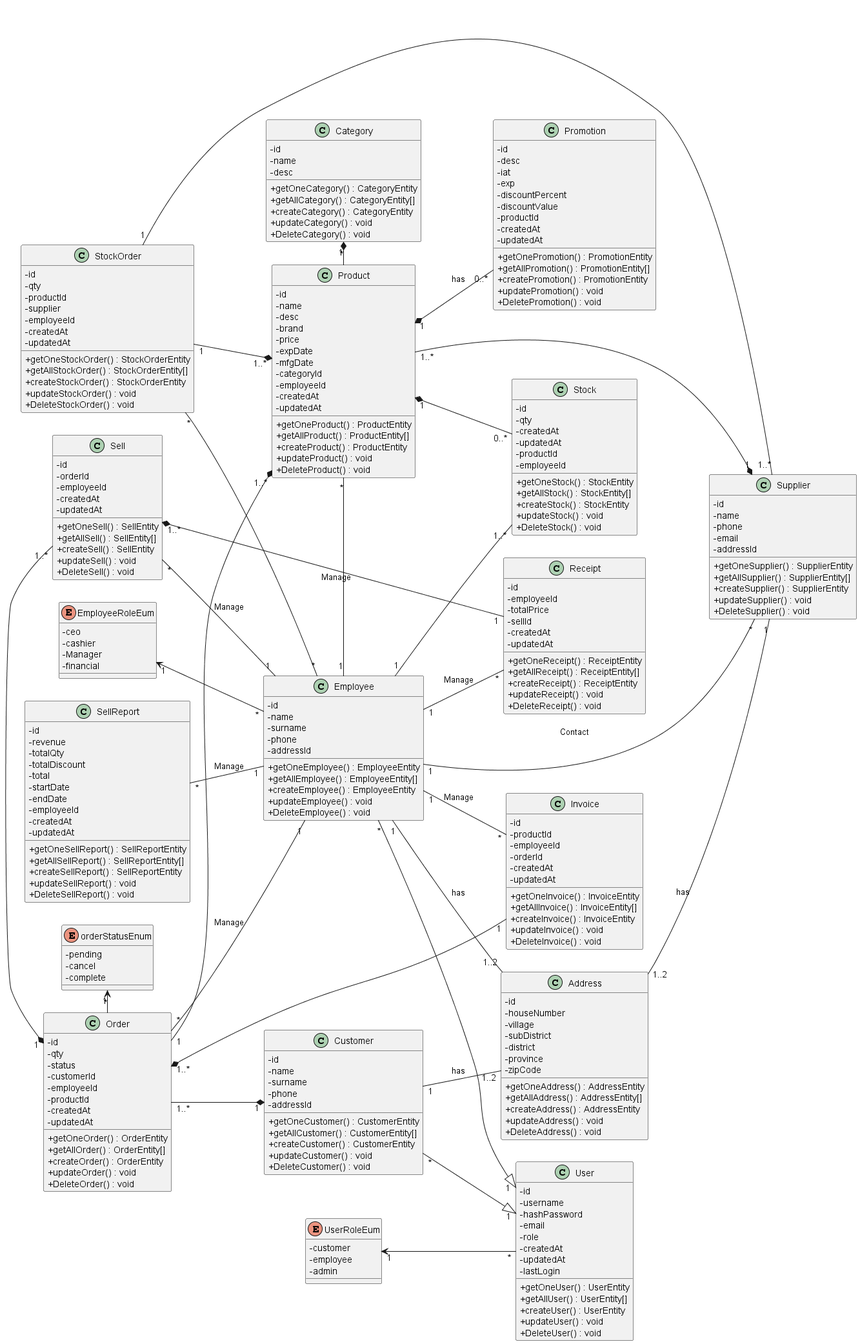
Earlier version of the PlantUML export out/system-analysis/class-diagram/class-diagram.png (billowdev/inventory-system-plantuml-sequelize-seeder-example).
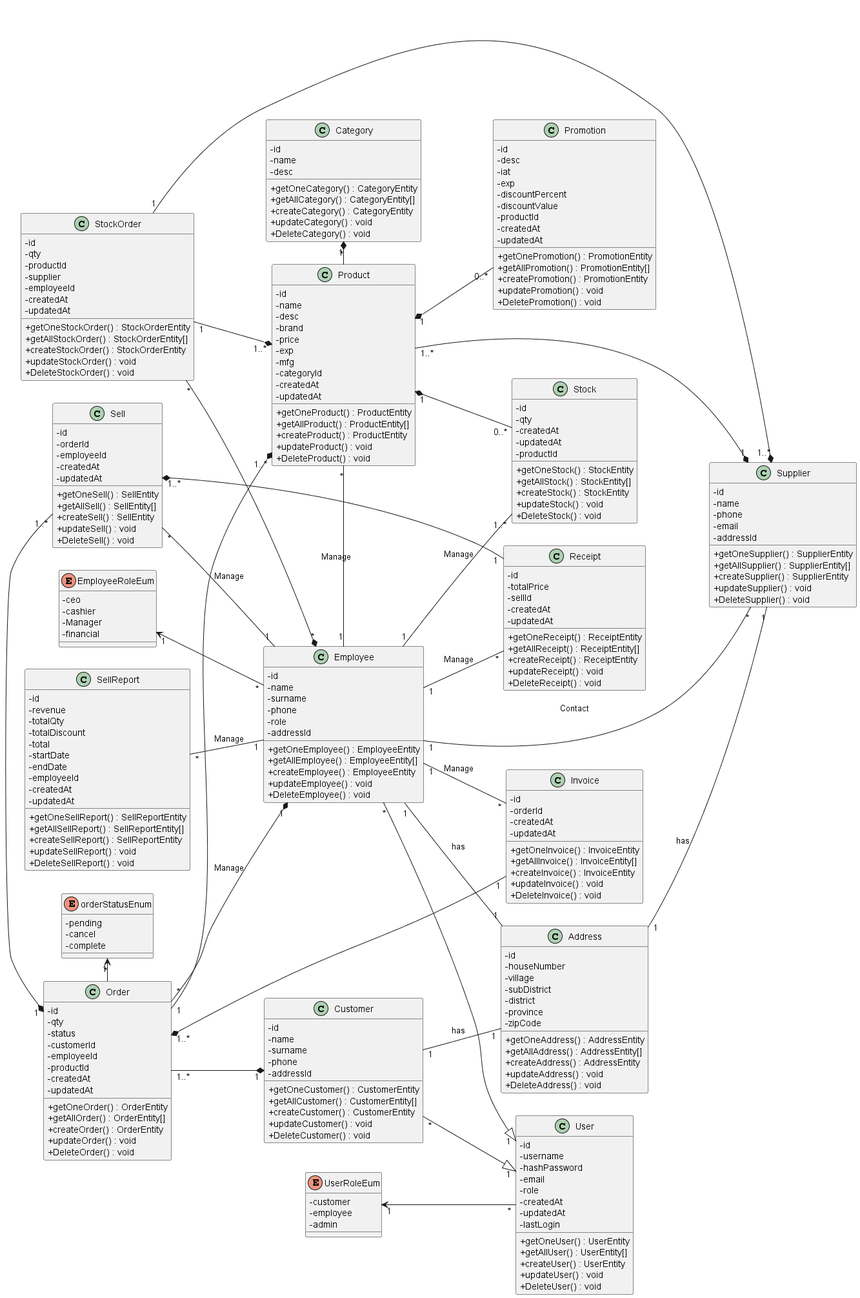
Later version of the same file.

The edit, as a diff of the source:
```diff
@@ -29,6 +29,7 @@
     - name
     - surname
     - phone
+    - role
     - addressId
 
     + getOneEmployee() : EmployeeEntity
@@ -97,7 +98,6 @@
     - createdAt
     - updatedAt
     - productId
-    - employeeId
 
     + getOneStock() : StockEntity
     + getAllStock() : StockEntity[]
@@ -130,10 +130,9 @@
     - desc
     - brand
     - price
-    - expDate
-    - mfgDate
+    - exp
+    - mfg
     - categoryId
-    - employeeId
     - createdAt
     - updatedAt
 
@@ -158,8 +157,6 @@
 
 class Invoice {
     - id
-    - productId
-    - employeeId
     - orderId
     - createdAt
     - updatedAt
@@ -204,7 +201,6 @@
 
 class Receipt {
     - id
-    - employeeId
     - totalPrice
     - sellId
     - createdAt
@@ -268,7 +264,7 @@
 Product "1" *-- "0..*" Stock
 Product "*" -right- "1" Employee : "Manage"
 
-Employee "1" -- "1..*" Stock
+Employee "1" -- "1..*" Stock : "Manage"
 
 Product "*" -left-* "1" Category
 Product "1..*" --* "1" Supplier
@@ -288,20 +284,20 @@
 Employee "1" -- "*" Receipt : "Manage"
 
 Employee "1" -- "*" Supplier : "Contact"
-Order "*" -- "1" Employee : "Manage"
+Order "*" --* "1" Employee : "Manage"
 
 Order "*" -left-> "1" orderStatusEnum
 
-Promotion "0..*" -up-* "1" Product : "has"
+Promotion "0..*" -up-* "1" Product
 
-Address "1..2" -- "1" Supplier : "has"
-Customer "1" -- "1..2" Address : "has"
-Employee "1" -- "1..2" Address : "has"
+Address "1" -- "1" Supplier : "has"
+Customer "1" -- "1" Address : "has"
+Employee "1" -- "1" Address : "has"
 
 
 StockOrder "1" --* "1..*" Product
-StockOrder "*" -- "*" Employee
-StockOrder "1" -right- "1..*" Supplier
+StockOrder "*" --* "*" Employee
+StockOrder "1" -right-* "1..*" Supplier
 
 SellReport "*" -- "1" Employee : "Manage"
 
```
